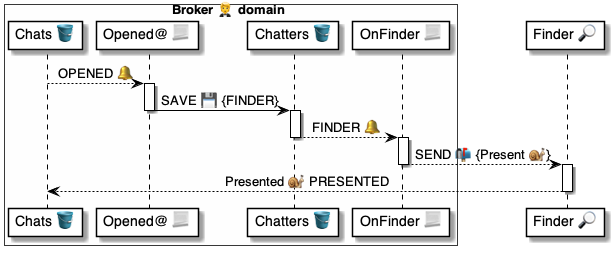
This is 4 ⚙️ Solution/20 🧑‍🦰 UI/Brokers 🤵/🤵🪣 Broker tables/Chatters 👥 table/🪣🔔 1 Finder/🤵 OnChatterFinder ⚙️ uml.png from pollyweb-org/pollyweb-docs, a PlantUML export, as it was before one commit. Its source is kept beside it as 4 ⚙️ Solution/20 🧑‍🦰 UI/Brokers 🤵/🤵🪣 Broker tables/Chatters 👥 table/🪣🔔 1 Finder/🤵 OnChatterFinder ⚙️ uml.puml.
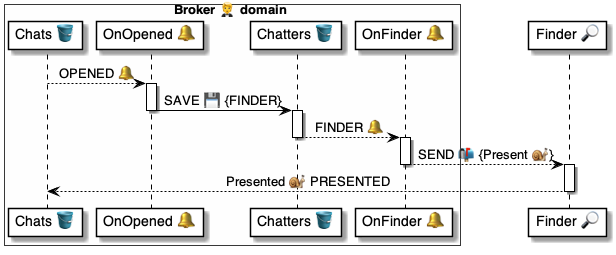
After the change.

The edit, as a diff of the source:
```diff
@@ -3,9 +3,9 @@
 
 box Broker 🤵 domain #FFFFFA
     participant "Chats 🪣" as chats
-    participant "Opened@ 📃" as script
+    participant "OnOpened 🔔" as script
     participant "Chatters 🪣" as table
-    participant "OnFinder 📃" as handler
+    participant "OnFinder 🔔" as handler
 end box
 
 participant "Finder 🔎" as finder
```
